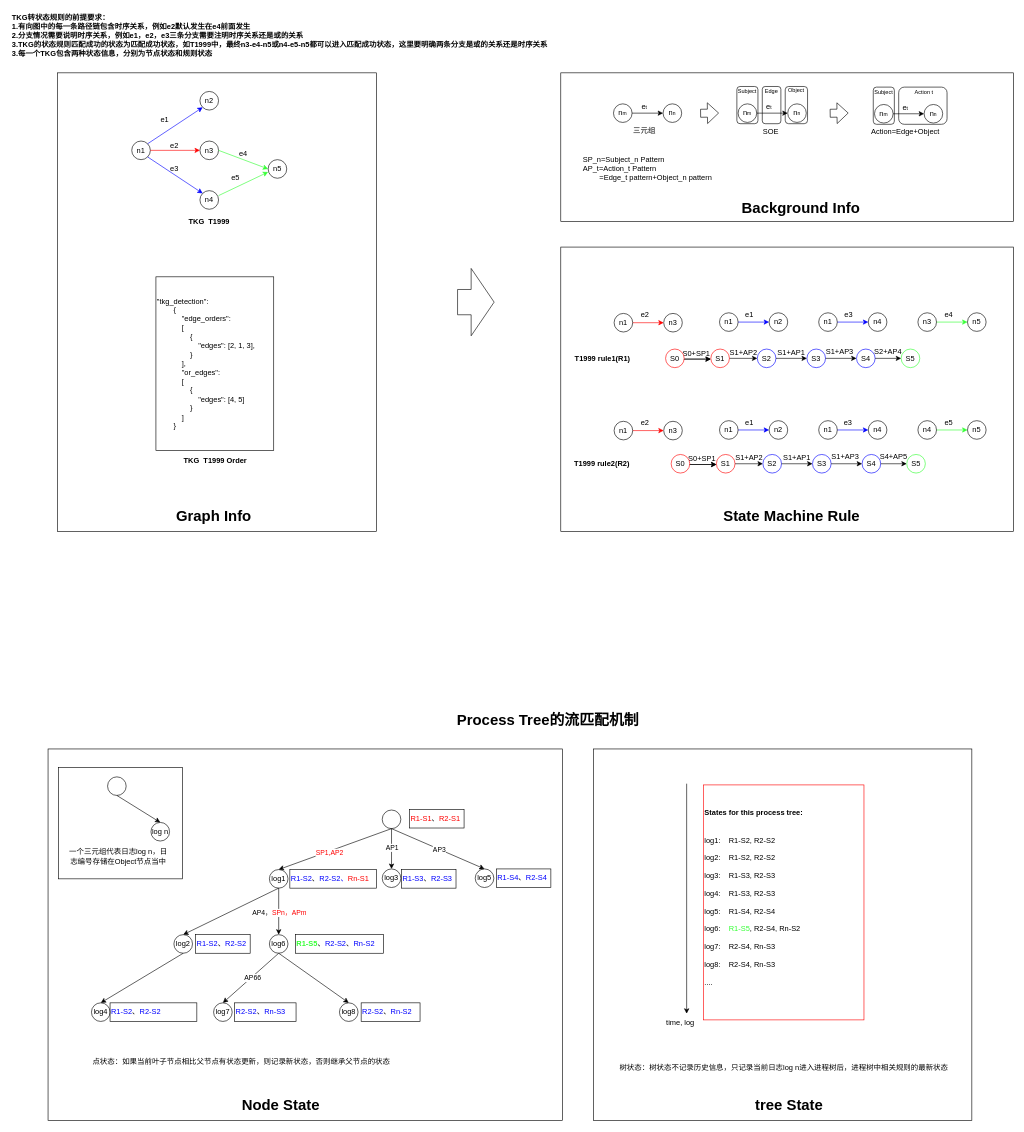
sidney-neu/draw_io keeps this draw.io diagram as page "V_2" (3 of 4) of state-v2.drawio. Above is the earlier version. Source tidied: cells renumbered, new cells numbered last; positions are measured from the earlier drawing's top-left corner, leaving out a move shared by most shapes. Both pictures are drawn from the tidied source at 62%, with x=0, y=0 at pixel (11, 11).
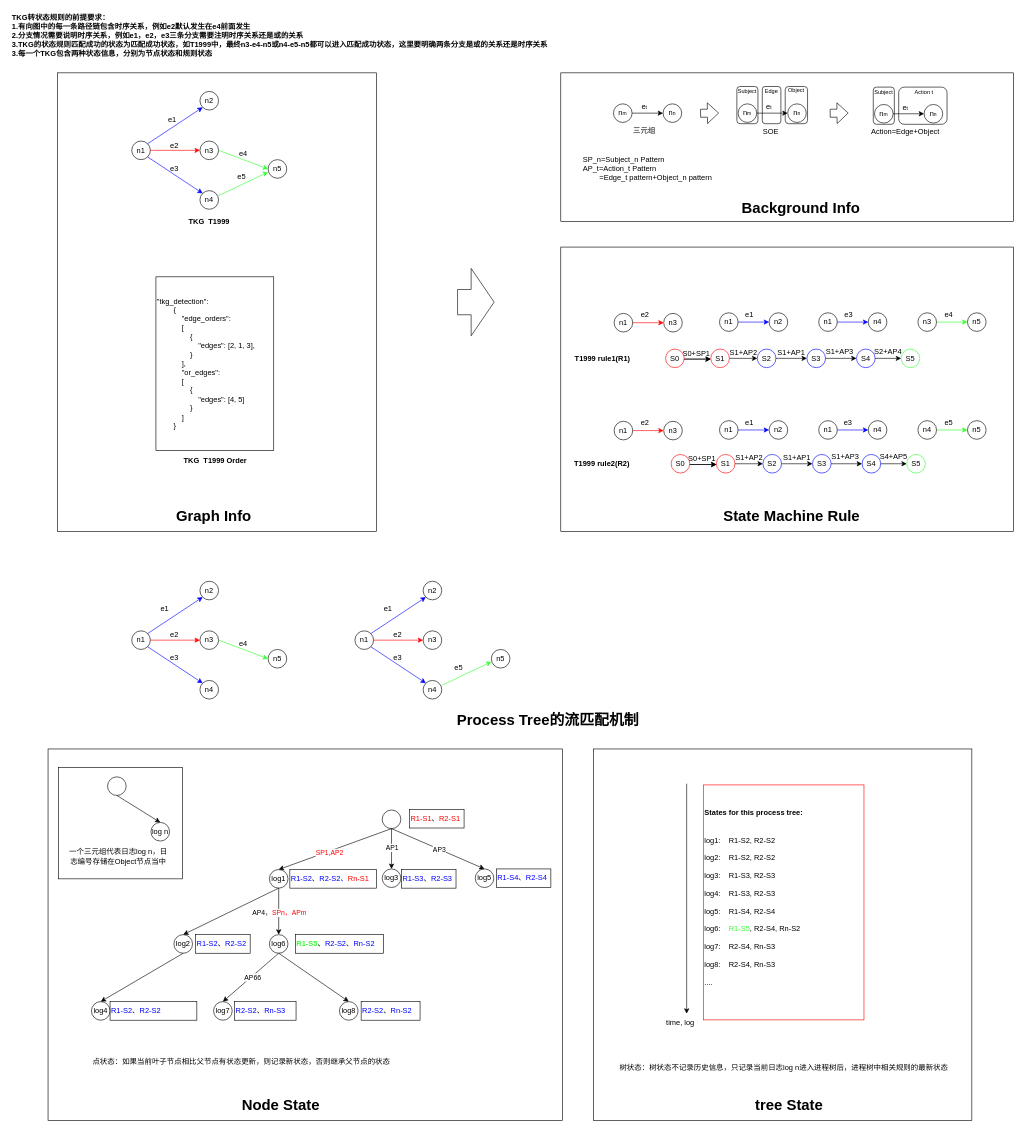
The same diagram, later.

The edit, as a diff of the source:
```diff
@@
     <mxCell id="26" value="e1" style="text;strokeColor=none;align=center;fillColor=none;html=1;verticalAlign=middle;whiteSpace=wrap;rounded=0;" parent="1" vertex="1">
-      <mxGeometry x="234" y="160" width="29" height="30" as="geometry" />
+      <mxGeometry x="246" y="160" width="29" height="30" as="geometry" />
     </mxCell>
@@
     <mxCell id="30" value="e5" style="text;strokeColor=none;align=center;fillColor=none;html=1;verticalAlign=middle;whiteSpace=wrap;rounded=0;" parent="1" vertex="1">
-      <mxGeometry x="345" y="255" width="35" height="30" as="geometry" />
+      <mxGeometry x="355" y="253" width="35" height="30" as="geometry" />
     </mxCell>
@@
     <mxCell id="147" value="log7" style="ellipse;whiteSpace=wrap;html=1;fillColor=none;" parent="1" vertex="1">
-      <mxGeometry x="327" y="1600" width="30" height="30" as="geometry" />
+      <mxGeometry x="327" y="1598" width="30" height="30" as="geometry" />
     </mxCell>
@@
     <mxCell id="156" value="log8" style="ellipse;whiteSpace=wrap;html=1;fillColor=none;" parent="1" vertex="1">
-      <mxGeometry x="530" y="1600" width="30" height="30" as="geometry" />
+      <mxGeometry x="530" y="1598" width="30" height="30" as="geometry" />
     </mxCell>
@@
     <mxCell id="162" value="log4" style="ellipse;whiteSpace=wrap;html=1;fillColor=none;" parent="1" vertex="1">
-      <mxGeometry x="130" y="1600" width="30" height="30" as="geometry" />
+      <mxGeometry x="130" y="1598" width="30" height="30" as="geometry" />
     </mxCell>
     <mxCell id="163" value="&lt;font color=&quot;#0000ff&quot;&gt;R1-S2&lt;/font&gt;、&lt;font color=&quot;#0000ff&quot;&gt;R2-S2&lt;/font&gt;" style="text;strokeColor=#000000;align=left;fillColor=none;html=1;verticalAlign=middle;whiteSpace=wrap;rounded=0;" parent="1" vertex="1">
-      <mxGeometry x="160" y="1600" width="140" height="30" as="geometry" />
+      <mxGeometry x="160" y="1598" width="140" height="30" as="geometry" />
     </mxCell>
     <mxCell id="164" value="&lt;font color=&quot;#0000ff&quot;&gt;R2-S2&lt;/font&gt;、&lt;font color=&quot;#0000ff&quot;&gt;Rn-S3&lt;/font&gt;" style="text;strokeColor=#000000;align=left;fillColor=none;html=1;verticalAlign=middle;whiteSpace=wrap;rounded=0;" parent="1" vertex="1">
-      <mxGeometry x="361" y="1600" width="99" height="30" as="geometry" />
+      <mxGeometry x="361" y="1598" width="99" height="30" as="geometry" />
     </mxCell>
     <mxCell id="165" value="&lt;font color=&quot;#0000ff&quot;&gt;R2-S2&lt;/font&gt;、&lt;font color=&quot;#0000ff&quot;&gt;Rn-S2&lt;/font&gt;" style="text;strokeColor=#000000;align=left;fillColor=none;html=1;verticalAlign=middle;whiteSpace=wrap;rounded=0;" parent="1" vertex="1">
-      <mxGeometry x="565" y="1600" width="95" height="30" as="geometry" />
+      <mxGeometry x="565" y="1598" width="95" height="30" as="geometry" />
     </mxCell>
@@
+    <mxCell id="175" style="ellipse;whiteSpace=wrap;html=1;" parent="1" vertex="1">
+      <mxGeometry x="195" y="1000" width="30" height="30" as="geometry" />
+    </mxCell>
+    <mxCell id="176" style="ellipse;whiteSpace=wrap;html=1;" parent="1" vertex="1">
+      <mxGeometry x="305" y="920" width="30" height="30" as="geometry" />
+    </mxCell>
+    <mxCell id="177" style="ellipse;whiteSpace=wrap;html=1;" parent="1" vertex="1">
+      <mxGeometry x="305" y="1000" width="30" height="30" as="geometry" />
+    </mxCell>
+    <mxCell id="178" style="ellipse;whiteSpace=wrap;html=1;" parent="1" vertex="1">
+      <mxGeometry x="305" y="1080" width="30" height="30" as="geometry" />
+    </mxCell>
+    <mxCell id="179" style="ellipse;whiteSpace=wrap;html=1;" parent="1" vertex="1">
+      <mxGeometry x="415" y="1030" width="30" height="30" as="geometry" />
+    </mxCell>
+    <mxCell id="180" style="endArrow=classic;html=1;rounded=0;entryX=0;entryY=1;entryDx=0;entryDy=0;exitX=1;exitY=0;exitDx=0;exitDy=0;strokeColor=#0000FF;fillColor=#000000;" parent="1" edge="1" source="175" target="176">
+      <mxGeometry relative="1" as="geometry" />
+    </mxCell>
+    <mxCell id="181" style="endArrow=classic;html=1;rounded=0;entryX=0;entryY=0.5;entryDx=0;entryDy=0;exitX=1;exitY=0.5;exitDx=0;exitDy=0;strokeColor=#FF0000;" parent="1" edge="1" source="175" target="177">
+      <mxGeometry relative="1" as="geometry" />
+    </mxCell>
+    <mxCell id="182" style="endArrow=classic;html=1;rounded=0;entryX=0;entryY=0;entryDx=0;entryDy=0;exitX=1;exitY=1;exitDx=0;exitDy=0;fillColor=#000000;strokeColor=#0000FF;" parent="1" edge="1" source="175" target="178">
+      <mxGeometry relative="1" as="geometry" />
+    </mxCell>
+    <mxCell id="183" style="endArrow=classic;html=1;rounded=0;entryX=0;entryY=0.5;entryDx=0;entryDy=0;exitX=1;exitY=0.5;exitDx=0;exitDy=0;strokeColor=#33FF33;" parent="1" edge="1" source="177" target="179">
+      <mxGeometry relative="1" as="geometry" />
+    </mxCell>
+    <mxCell id="184" value="n2" style="text;strokeColor=none;align=center;fillColor=none;html=1;verticalAlign=middle;whiteSpace=wrap;rounded=0;" parent="1" vertex="1">
+      <mxGeometry x="290" y="920" width="60" height="30" as="geometry" />
+    </mxCell>
+    <mxCell id="185" value="n1" style="text;strokeColor=none;align=center;fillColor=none;html=1;verticalAlign=middle;whiteSpace=wrap;rounded=0;" parent="1" vertex="1">
+      <mxGeometry x="180" y="1000" width="60" height="30" as="geometry" />
+    </mxCell>
+    <mxCell id="186" value="n3" style="text;strokeColor=none;align=center;fillColor=none;html=1;verticalAlign=middle;whiteSpace=wrap;rounded=0;" parent="1" vertex="1">
+      <mxGeometry x="290" y="1000" width="60" height="30" as="geometry" />
+    </mxCell>
+    <mxCell id="187" value="n4" style="text;strokeColor=none;align=center;fillColor=none;html=1;verticalAlign=middle;whiteSpace=wrap;rounded=0;" parent="1" vertex="1">
+      <mxGeometry x="290" y="1080" width="60" height="30" as="geometry" />
+    </mxCell>
+    <mxCell id="188" value="n5" style="text;strokeColor=none;align=center;fillColor=none;html=1;verticalAlign=middle;whiteSpace=wrap;rounded=0;" parent="1" vertex="1">
+      <mxGeometry x="400" y="1030" width="60" height="30" as="geometry" />
+    </mxCell>
+    <mxCell id="189" value="e1" style="text;strokeColor=none;align=center;fillColor=none;html=1;verticalAlign=middle;whiteSpace=wrap;rounded=0;" parent="1" vertex="1">
+      <mxGeometry x="234" y="950" width="29" height="30" as="geometry" />
+    </mxCell>
+    <mxCell id="190" value="e2" style="text;strokeColor=none;align=center;fillColor=none;html=1;verticalAlign=middle;whiteSpace=wrap;rounded=0;" parent="1" vertex="1">
+      <mxGeometry x="234" y="992" width="60" height="30" as="geometry" />
+    </mxCell>
+    <mxCell id="191" value="e3" style="text;strokeColor=none;align=center;fillColor=none;html=1;verticalAlign=middle;whiteSpace=wrap;rounded=0;" parent="1" vertex="1">
+      <mxGeometry x="234" y="1029" width="60" height="30" as="geometry" />
+    </mxCell>
+    <mxCell id="192" value="e4" style="text;strokeColor=none;align=center;fillColor=none;html=1;verticalAlign=middle;whiteSpace=wrap;rounded=0;" parent="1" vertex="1">
+      <mxGeometry x="345" y="1006" width="60" height="30" as="geometry" />
+    </mxCell>
+    <mxCell id="193" style="ellipse;whiteSpace=wrap;html=1;" parent="1" vertex="1">
+      <mxGeometry x="555" y="1000" width="30" height="30" as="geometry" />
+    </mxCell>
+    <mxCell id="194" style="ellipse;whiteSpace=wrap;html=1;" parent="1" vertex="1">
+      <mxGeometry x="665" y="920" width="30" height="30" as="geometry" />
+    </mxCell>
+    <mxCell id="195" style="ellipse;whiteSpace=wrap;html=1;" parent="1" vertex="1">
+      <mxGeometry x="665" y="1000" width="30" height="30" as="geometry" />
+    </mxCell>
+    <mxCell id="196" style="ellipse;whiteSpace=wrap;html=1;" parent="1" vertex="1">
+      <mxGeometry x="665" y="1080" width="30" height="30" as="geometry" />
+    </mxCell>
+    <mxCell id="197" style="ellipse;whiteSpace=wrap;html=1;" parent="1" vertex="1">
+      <mxGeometry x="775" y="1030" width="30" height="30" as="geometry" />
+    </mxCell>
+    <mxCell id="198" style="endArrow=classic;html=1;rounded=0;entryX=0;entryY=1;entryDx=0;entryDy=0;exitX=1;exitY=0;exitDx=0;exitDy=0;strokeColor=#0000FF;fillColor=#000000;" parent="1" edge="1" source="193" target="194">
+      <mxGeometry relative="1" as="geometry" />
+    </mxCell>
+    <mxCell id="199" style="endArrow=classic;html=1;rounded=0;entryX=0;entryY=0.5;entryDx=0;entryDy=0;exitX=1;exitY=0.5;exitDx=0;exitDy=0;strokeColor=#FF0000;" parent="1" edge="1" source="193" target="195">
+      <mxGeometry relative="1" as="geometry" />
+    </mxCell>
+    <mxCell id="200" style="endArrow=classic;html=1;rounded=0;entryX=0;entryY=0;entryDx=0;entryDy=0;exitX=1;exitY=1;exitDx=0;exitDy=0;fillColor=#000000;strokeColor=#0000FF;" parent="1" edge="1" source="193" target="196">
+      <mxGeometry relative="1" as="geometry" />
+    </mxCell>
+    <mxCell id="201" style="endArrow=classic;html=1;rounded=0;exitX=1;exitY=0;exitDx=0;exitDy=0;fillColor=#33FF33;strokeColor=#33FF33;" parent="1" edge="1">
+      <mxGeometry relative="1" as="geometry">
+        <mxPoint x="695" y="1088" as="sourcePoint" />
+        <mxPoint x="775" y="1050" as="targetPoint" />
+      </mxGeometry>
+    </mxCell>
+    <mxCell id="202" value="n2" style="text;strokeColor=none;align=center;fillColor=none;html=1;verticalAlign=middle;whiteSpace=wrap;rounded=0;" parent="1" vertex="1">
+      <mxGeometry x="650" y="920" width="60" height="30" as="geometry" />
+    </mxCell>
+    <mxCell id="203" value="n1" style="text;strokeColor=none;align=center;fillColor=none;html=1;verticalAlign=middle;whiteSpace=wrap;rounded=0;" parent="1" vertex="1">
+      <mxGeometry x="540" y="1000" width="60" height="30" as="geometry" />
+    </mxCell>
+    <mxCell id="204" value="n3" style="text;strokeColor=none;align=center;fillColor=none;html=1;verticalAlign=middle;whiteSpace=wrap;rounded=0;" parent="1" vertex="1">
+      <mxGeometry x="650" y="1000" width="60" height="30" as="geometry" />
+    </mxCell>
+    <mxCell id="205" value="n4" style="text;strokeColor=none;align=center;fillColor=none;html=1;verticalAlign=middle;whiteSpace=wrap;rounded=0;" parent="1" vertex="1">
+      <mxGeometry x="650" y="1080" width="60" height="30" as="geometry" />
+    </mxCell>
+    <mxCell id="206" value="n5" style="text;strokeColor=none;align=center;fillColor=none;html=1;verticalAlign=middle;whiteSpace=wrap;rounded=0;" parent="1" vertex="1">
+      <mxGeometry x="760" y="1030" width="60" height="30" as="geometry" />
+    </mxCell>
+    <mxCell id="207" value="e1" style="text;strokeColor=none;align=center;fillColor=none;html=1;verticalAlign=middle;whiteSpace=wrap;rounded=0;" parent="1" vertex="1">
+      <mxGeometry x="594" y="950" width="29" height="30" as="geometry" />
+    </mxCell>
+    <mxCell id="208" value="e2" style="text;strokeColor=none;align=center;fillColor=none;html=1;verticalAlign=middle;whiteSpace=wrap;rounded=0;" parent="1" vertex="1">
+      <mxGeometry x="594" y="992" width="60" height="30" as="geometry" />
+    </mxCell>
+    <mxCell id="209" value="e3" style="text;strokeColor=none;align=center;fillColor=none;html=1;verticalAlign=middle;whiteSpace=wrap;rounded=0;" parent="1" vertex="1">
+      <mxGeometry x="594" y="1029" width="60" height="30" as="geometry" />
+    </mxCell>
+    <mxCell id="210" value="e5" style="text;strokeColor=none;align=center;fillColor=none;html=1;verticalAlign=middle;whiteSpace=wrap;rounded=0;" parent="1" vertex="1">
+      <mxGeometry x="705" y="1045" width="35" height="30" as="geometry" />
+    </mxCell>
```
